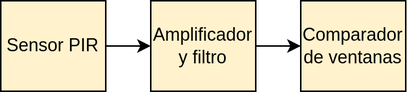
The draw.io diagram Figures/move_blocks.png in mauriciobarroso/UBA_MSE-6Co2021_TI, before a commit. Source tidied: cells renumbered, new cells last; positions are measured from the earlier drawing's top-left corner, leaving out a move shared by most shapes. Its diagram source:
```xml
<mxGraphModel>
  <root>
    <mxCell id="0" />
    <mxCell id="1" parent="0" />
    <mxCell id="2" style="edgeStyle=orthogonalEdgeStyle;rounded=0;jettySize=auto;html=1;entryX=0;entryY=0.5;entryDx=0;entryDy=0;fillColor=#fff2cc;strokeColor=default;" parent="1" edge="1" source="3" target="5">
      <mxGeometry relative="1" as="geometry" />
    </mxCell>
    <mxCell id="3" value="Sensor PIR" style="rounded=0;whiteSpace=wrap;html=1;fillColor=#fff2cc;strokeColor=default;" parent="1" vertex="1">
      <mxGeometry width="70" height="60" as="geometry" />
    </mxCell>
    <mxCell id="4" style="edgeStyle=orthogonalEdgeStyle;rounded=0;jettySize=auto;html=1;fillColor=#fff2cc;strokeColor=default;" parent="1" edge="1" source="5" target="6">
      <mxGeometry relative="1" as="geometry" />
    </mxCell>
    <mxCell id="5" value="Amplificador y filtro" style="rounded=0;whiteSpace=wrap;html=1;fillColor=#fff2cc;strokeColor=default;" parent="1" vertex="1">
      <mxGeometry x="100" width="70" height="60" as="geometry" />
    </mxCell>
    <mxCell id="6" value="Comparador de ventanas" style="rounded=0;whiteSpace=wrap;html=1;fillColor=#fff2cc;strokeColor=default;" parent="1" vertex="1">
      <mxGeometry x="200" width="70" height="60" as="geometry" />
    </mxCell>
  </root>
</mxGraphModel>
```
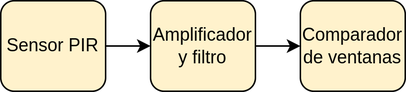
The same diagram one commit later.

What changed in the source:
```diff
@@ -1,20 +1,20 @@
-<mxGraphModel>
+<mxGraphModel math="1">
   <root>
     <mxCell id="0" />
     <mxCell id="1" parent="0" />
     <mxCell id="2" style="edgeStyle=orthogonalEdgeStyle;rounded=0;jettySize=auto;html=1;entryX=0;entryY=0.5;entryDx=0;entryDy=0;fillColor=#fff2cc;strokeColor=default;" parent="1" edge="1" source="3" target="5">
       <mxGeometry relative="1" as="geometry" />
     </mxCell>
-    <mxCell id="3" value="Sensor PIR" style="rounded=0;whiteSpace=wrap;html=1;fillColor=#fff2cc;strokeColor=default;" parent="1" vertex="1">
+    <mxCell id="3" value="Sensor PIR" style="rounded=1;whiteSpace=wrap;html=1;fillColor=#fff2cc;strokeColor=default;" parent="1" vertex="1">
       <mxGeometry width="70" height="60" as="geometry" />
     </mxCell>
     <mxCell id="4" style="edgeStyle=orthogonalEdgeStyle;rounded=0;jettySize=auto;html=1;fillColor=#fff2cc;strokeColor=default;" parent="1" edge="1" source="5" target="6">
       <mxGeometry relative="1" as="geometry" />
     </mxCell>
-    <mxCell id="5" value="Amplificador y filtro" style="rounded=0;whiteSpace=wrap;html=1;fillColor=#fff2cc;strokeColor=default;" parent="1" vertex="1">
+    <mxCell id="5" value="Amplificador y filtro" style="rounded=1;whiteSpace=wrap;html=1;fillColor=#fff2cc;strokeColor=default;" parent="1" vertex="1">
       <mxGeometry x="100" width="70" height="60" as="geometry" />
     </mxCell>
-    <mxCell id="6" value="Comparador de ventanas" style="rounded=0;whiteSpace=wrap;html=1;fillColor=#fff2cc;strokeColor=default;" parent="1" vertex="1">
+    <mxCell id="6" value="Comparador de ventanas" style="rounded=1;whiteSpace=wrap;html=1;fillColor=#fff2cc;strokeColor=default;" parent="1" vertex="1">
       <mxGeometry x="200" width="70" height="60" as="geometry" />
     </mxCell>
   </root>
```
